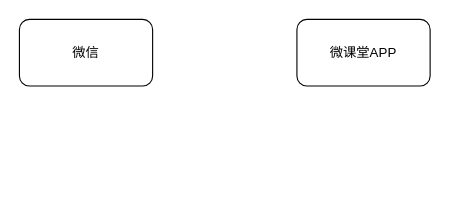
Above: 微课堂oneid.drawio in fangshigithub/Draw (draw.io), before the change. Source tidied: cells renumbered, new cells numbered last; positions are measured from the earlier drawing's top-left corner, leaving out a move shared by most shapes. Both pictures are drawn from the tidied source at 111%, with x=0, y=0 at pixel (19, 19).
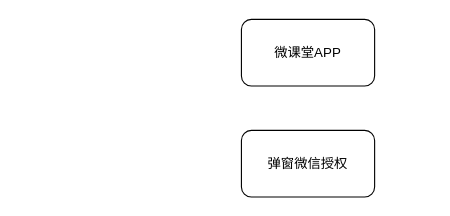
After the change.

Commit message (it also covers changes not shown here):
更新微课堂oneid.drawio

The edit, as a diff of the source:
```diff
@@
 <mxGraphModel>
   <root>
     <mxCell id="0" />
     <mxCell id="1" parent="0" />
-    <mxCell id="2" value="微信" style="rounded=1;whiteSpace=wrap;html=1;" parent="1" vertex="1">
-      <mxGeometry width="120" height="60" as="geometry" />
+    <mxCell id="2" value="弹窗微信授权" style="rounded=1;whiteSpace=wrap;html=1;" parent="1" vertex="1">
+      <mxGeometry x="200" y="100" width="120" height="60" as="geometry" />
     </mxCell>
     <mxCell id="3" value="微课堂APP" style="rounded=1;whiteSpace=wrap;html=1;" parent="1" vertex="1">
-      <mxGeometry x="250" width="120" height="60" as="geometry" />
+      <mxGeometry x="200" width="120" height="60" as="geometry" />
     </mxCell>
   </root>
 </mxGraphModel>
```
